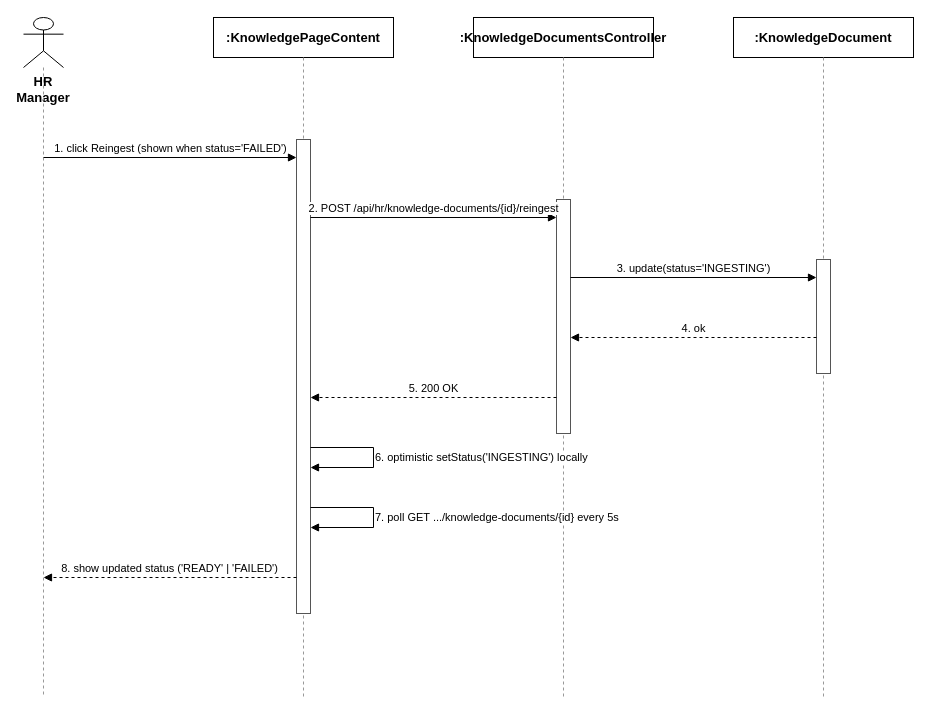
The draw.io diagram docs/qa/Nam_SequenceDiagram/08_KnowledgeBaseManagement_ReingestDocument.drawio in tulklk/AI_Interview_Question_Generation_RAG_LLM_FE, before the edit. Source tidied: cells renumbered, new cells numbered last; positions are measured from the earlier drawing's top-left corner, leaving out a move shared by most shapes. Both pictures are drawn from the tidied source at 100%, with x=0, y=0 at pixel (23, 17).
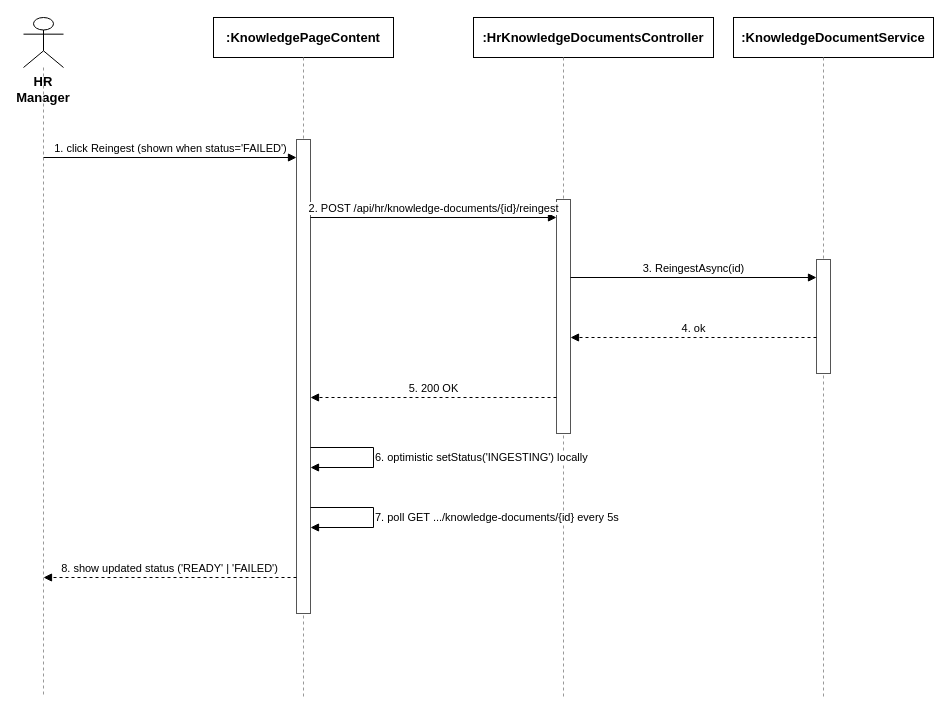
The same diagram, later.

What changed in the source:
```diff
@@
-    <mxCell id="6" value=":KnowledgeDocumentsController" style="rounded=0;whiteSpace=wrap;html=1;fontSize=13;fillColor=#ffffff;strokeColor=#000000;fontStyle=1;" parent="1" vertex="1">
-      <mxGeometry x="450" width="180" height="40" as="geometry" />
+    <mxCell id="6" value=":HrKnowledgeDocumentsController" style="rounded=0;whiteSpace=wrap;html=1;fontSize=13;fillColor=#ffffff;strokeColor=#000000;fontStyle=1;" parent="1" vertex="1">
+      <mxGeometry x="450" width="240" height="40" as="geometry" />
     </mxCell>
@@
-    <mxCell id="8" value=":KnowledgeDocument" style="rounded=0;whiteSpace=wrap;html=1;fontSize=13;fillColor=#ffffff;strokeColor=#000000;fontStyle=1;" parent="1" vertex="1">
-      <mxGeometry x="710" width="180" height="40" as="geometry" />
+    <mxCell id="8" value=":KnowledgeDocumentService" style="rounded=0;whiteSpace=wrap;html=1;fontSize=13;fillColor=#ffffff;strokeColor=#000000;fontStyle=1;" parent="1" vertex="1">
+      <mxGeometry x="710" width="200" height="40" as="geometry" />
     </mxCell>
@@
-    <mxCell id="15" value="3. update(status='INGESTING')" style="endArrow=block;endFill=1;html=1;fontSize=11;align=center;verticalAlign=bottom;labelBackgroundColor=#ffffff;strokeColor=#000000;" parent="1" edge="1">
+    <mxCell id="15" value="3. ReingestAsync(id)" style="endArrow=block;endFill=1;html=1;fontSize=11;align=center;verticalAlign=bottom;labelBackgroundColor=#ffffff;strokeColor=#000000;" parent="1" edge="1">
       <mxGeometry relative="1" as="geometry">
         <mxPoint x="547" y="260" as="sourcePoint" />
         <mxPoint x="793" y="260" as="targetPoint" />
       </mxGeometry>
     </mxCell>
```
